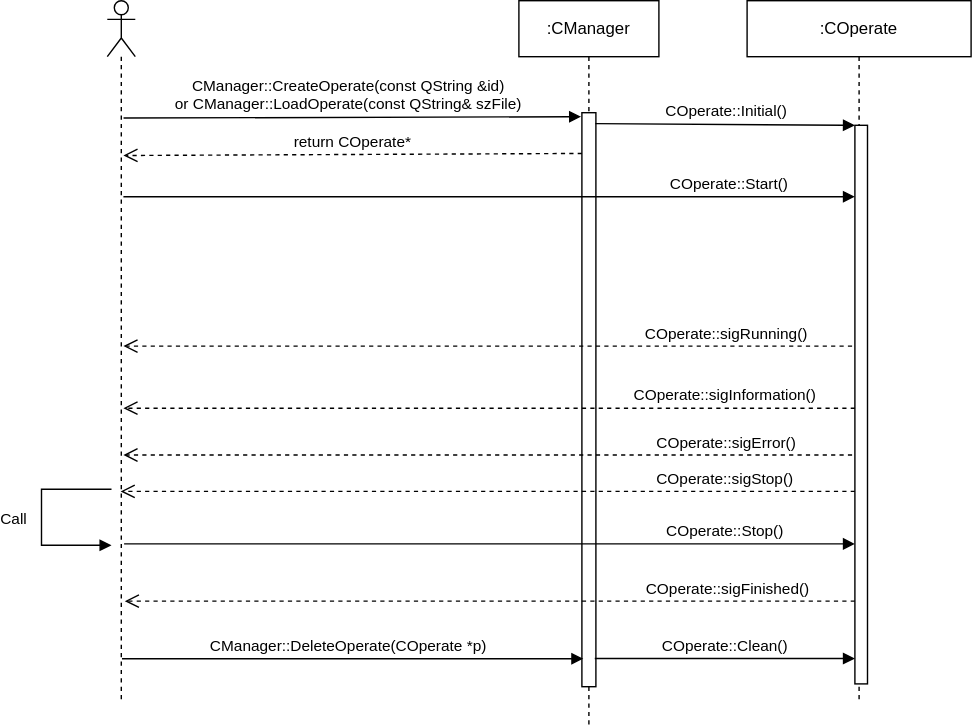
Before: docs/Image/SequenceDiagram.svg, a diagram exported from draw.io (KangLin/RabbitRemoteControl). Source tidied: cells renumbered, new cells last; positions are measured from the earlier drawing's top-left corner, leaving out a move shared by most shapes.
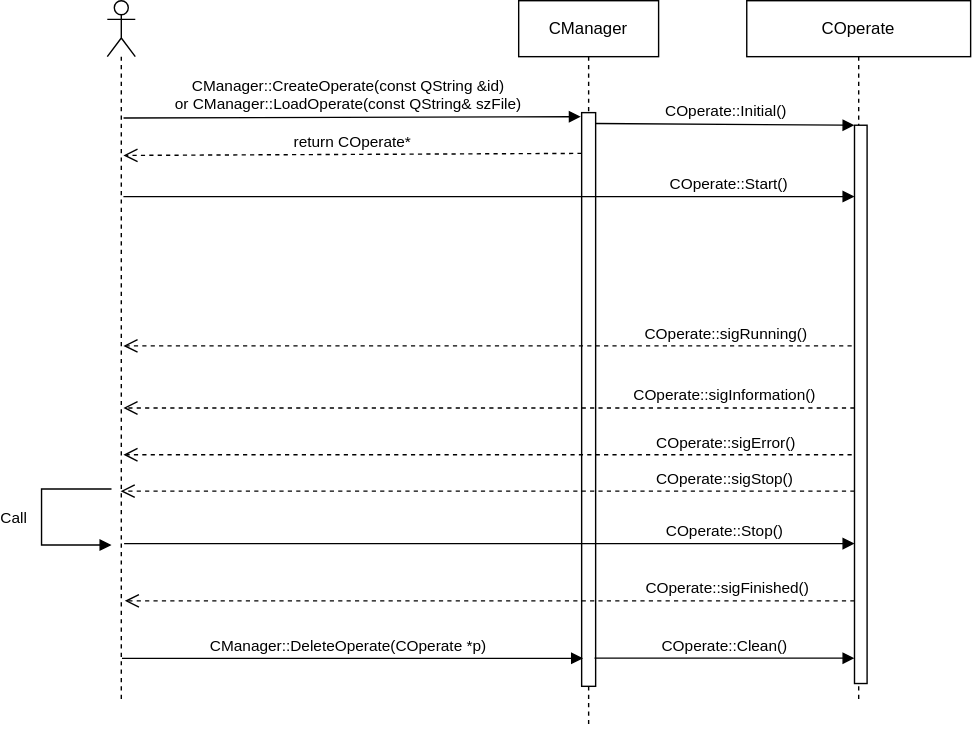
The same file after the commit.

The edit, as a diff of the source:
```diff
@@ -2,7 +2,7 @@
   <root>
     <mxCell id="0" />
     <mxCell id="1" parent="0" />
-    <mxCell id="2" value=":CManager" style="shape=umlLifeline;perimeter=lifelinePerimeter;whiteSpace=wrap;html=1;fontColor=#000000;" parent="1" vertex="1">
+    <mxCell id="2" value="CManager" style="shape=umlLifeline;perimeter=lifelinePerimeter;whiteSpace=wrap;html=1;fontColor=#000000;" parent="1" vertex="1">
       <mxGeometry x="341" width="100" height="519" as="geometry" />
     </mxCell>
     <mxCell id="3" style="html=1;points=[];perimeter=orthogonalPerimeter;fontColor=#000000;" parent="2" vertex="1">
@@ -14,7 +14,7 @@
         <mxPoint x="-282.5" y="324.5" as="targetPoint" />
       </mxGeometry>
     </mxCell>
-    <mxCell id="5" value=":COperate" style="shape=umlLifeline;perimeter=lifelinePerimeter;whiteSpace=wrap;html=1;fontColor=#000000;" parent="1" vertex="1">
+    <mxCell id="5" value="COperate" style="shape=umlLifeline;perimeter=lifelinePerimeter;whiteSpace=wrap;html=1;fontColor=#000000;" parent="1" vertex="1">
       <mxGeometry x="504" width="160" height="499" as="geometry" />
     </mxCell>
     <mxCell id="6" style="html=1;points=[[0,0,0,0,5],[0,1,0,0,-5],[1,0,0,0,5],[1,1,0,0,-5]];perimeter=orthogonalPerimeter;outlineConnect=0;targetShapes=umlLifeline;portConstraint=eastwest;newEdgeStyle={&quot;curved&quot;:0,&quot;rounded&quot;:0};" parent="5" vertex="1">
```
